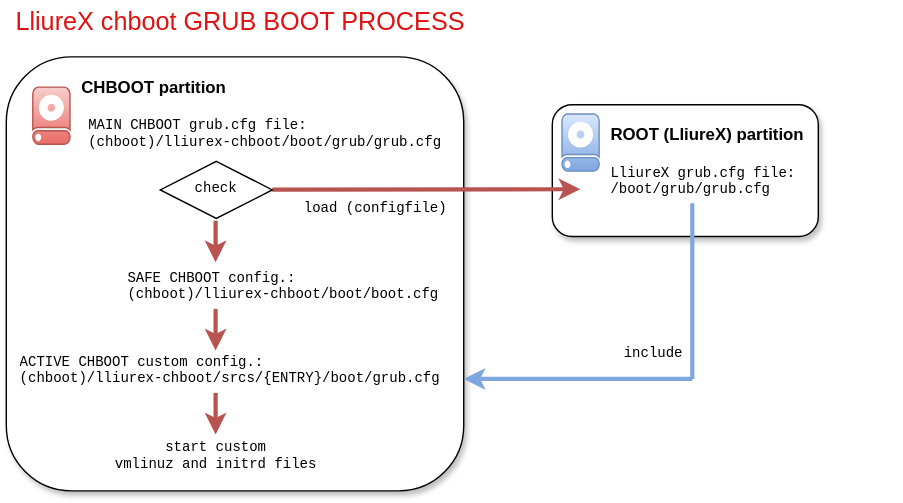
The draw.io diagram images/chboot-boot.svg in lliurex/lliurex-chboot, before a commit. Source tidied: cells renumbered, new cells last; positions are measured from the earlier drawing's top-left corner, leaving out a move shared by most shapes.
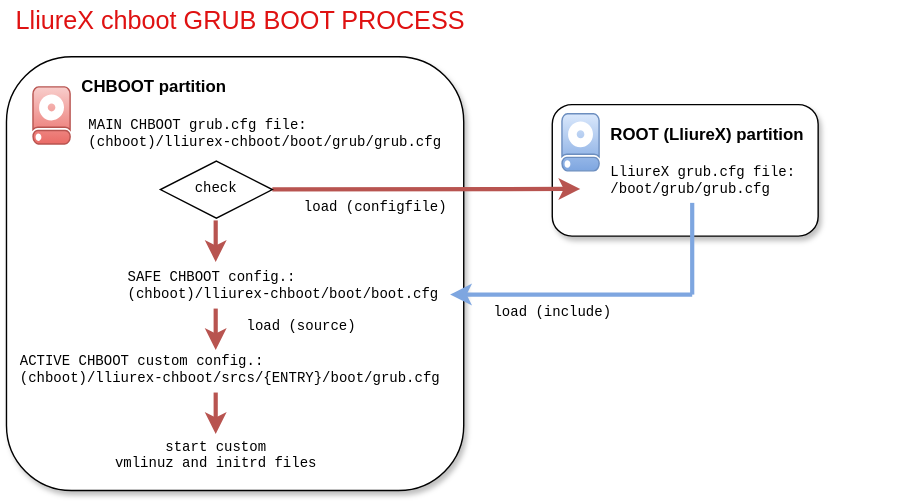
The same diagram one commit later.

Change to the diagram source:
```diff
@@ -57,19 +57,19 @@
     </object>
     <mxCell id="14" style="endArrow=none;html=1;rounded=0;defaultLabelBackgroundColor=page;labelPadding=0 4;strokeWidth=3;fillColor=#cce5ff;strokeColor=#7EA6E0;" parent="1" edge="1">
       <mxGeometry relative="1" as="geometry">
-        <mxPoint x="490" y="270" as="sourcePoint" />
+        <mxPoint x="490" y="210" as="sourcePoint" />
         <mxPoint x="490" y="144.5" as="targetPoint" />
       </mxGeometry>
     </mxCell>
-    <mxCell id="15" style="endArrow=classic;html=1;rounded=0;fillColor=#f8cecc;gradientColor=#ea6b66;strokeColor=#7EA6E0;strokeWidth=3;entryX=1;entryY=0.5;entryDx=0;entryDy=0;" parent="1" edge="1">
+    <mxCell id="15" style="endArrow=classic;html=1;rounded=0;fillColor=#f8cecc;gradientColor=#ea6b66;strokeColor=#7EA6E0;strokeWidth=3;" parent="1" edge="1">
       <mxGeometry relative="1" as="geometry">
-        <mxPoint x="490" y="270" as="sourcePoint" />
-        <mxPoint x="326.7" y="270" as="targetPoint" />
+        <mxPoint x="490" y="210" as="sourcePoint" />
+        <mxPoint x="317" y="210" as="targetPoint" />
       </mxGeometry>
     </mxCell>
-    <object id="16" label="include" name="Variable" placeholders="1">
+    <object id="16" label="load (include)" name="Variable" placeholders="1">
       <mxCell style="text;html=1;strokeColor=none;fillColor=none;align=center;verticalAlign=middle;whiteSpace=wrap;overflow=hidden;fontFamily=Courier New;fontSize=10;" parent="1" vertex="1">
-        <mxGeometry x="410" y="240" width="105.3" height="25" as="geometry" />
+        <mxGeometry x="338.3" y="210" width="105.3" height="25" as="geometry" />
       </mxCell>
     </object>
     <mxCell id="17" style="endArrow=classic;html=1;rounded=0;fillColor=#f8cecc;gradientColor=#ea6b66;strokeColor=#b85450;strokeWidth=3;" parent="1" edge="1">
@@ -103,5 +103,10 @@
         <mxPoint x="149.5" y="309.7" as="targetPoint" />
       </mxGeometry>
     </mxCell>
+    <object id="23" label="&lt;div align=&quot;left&quot;&gt;load (source)&lt;/div&gt;" name="Variable" placeholders="1">
+      <mxCell style="text;html=1;strokeColor=none;fillColor=none;align=left;verticalAlign=middle;whiteSpace=wrap;overflow=hidden;fontFamily=Courier New;fontSize=10;" parent="1" vertex="1">
+        <mxGeometry x="170" y="220" width="80" height="25" as="geometry" />
+      </mxCell>
+    </object>
   </root>
 </mxGraphModel>
```
